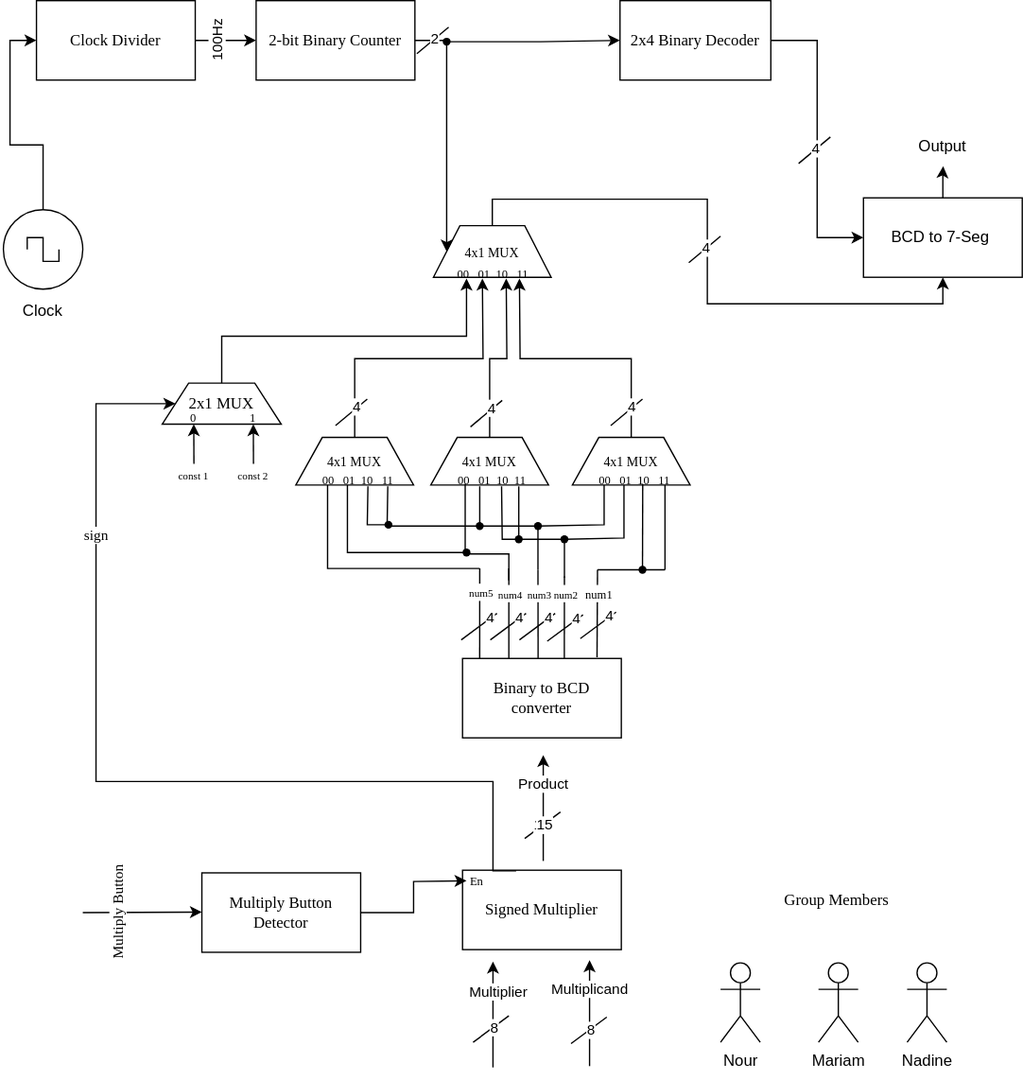
Before: signed-multiplier.drawio.svg, a diagram exported from draw.io (nkasaby/Signed-Multiplier). Source tidied: cells renumbered, new cells last; positions are measured from the earlier drawing's top-left corner, leaving out a move shared by most shapes.
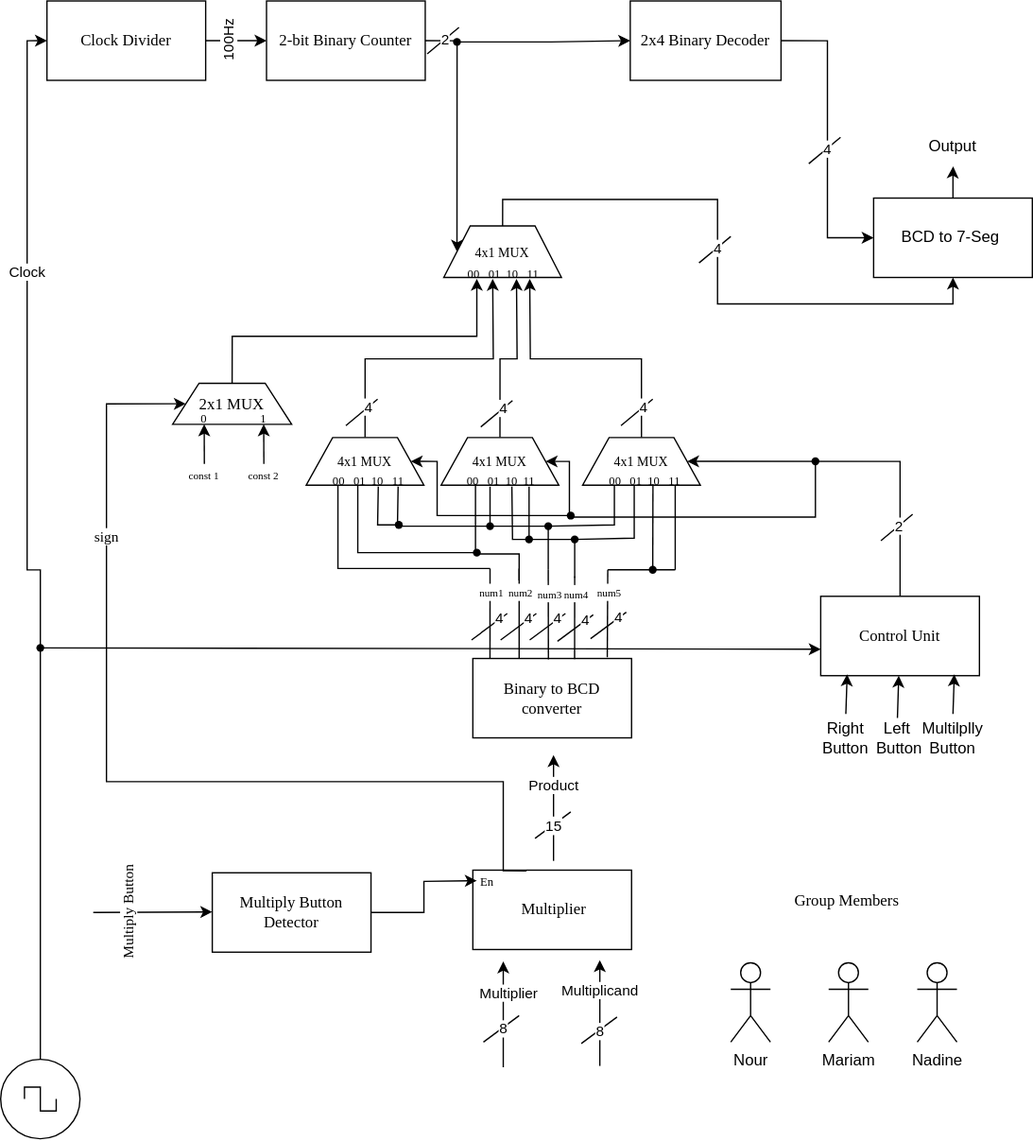
After the change.

The edit, as a diff of the source:
```diff
@@ -2,7 +2,7 @@
   <root>
     <mxCell id="0" />
     <mxCell id="1" parent="0" />
-    <mxCell id="2" value="&lt;font face=&quot;Times New Roman&quot;&gt;Signed Multiplier&lt;/font&gt;" style="rounded=0;whiteSpace=wrap;html=1;" parent="1" vertex="1">
+    <mxCell id="2" value="&lt;font face=&quot;Times New Roman&quot;&gt;&amp;nbsp;Multiplier&lt;/font&gt;" style="rounded=0;whiteSpace=wrap;html=1;" parent="1" vertex="1">
       <mxGeometry x="347" y="657" width="120" height="60" as="geometry" />
     </mxCell>
     <mxCell id="3" style="endArrow=classic;html=1;rounded=0;" parent="1" edge="1">
@@ -407,7 +407,7 @@
         <mxPoint x="360" y="429" as="targetPoint" />
       </mxGeometry>
     </mxCell>
-    <mxCell id="82" value="&lt;font style=&quot;font-size: 8px;&quot; face=&quot;Times New Roman&quot;&gt;num5&lt;/font&gt;" style="edgeLabel;html=1;align=center;verticalAlign=middle;" parent="81" vertex="1">
+    <mxCell id="82" value="&lt;font style=&quot;font-size: 8px;&quot; face=&quot;Times New Roman&quot;&gt;num1&lt;/font&gt;" style="edgeLabel;html=1;align=center;verticalAlign=middle;" parent="81" vertex="1">
       <mxGeometry x="0.48" relative="1" as="geometry" />
     </mxCell>
     <mxCell id="83" style="endArrow=none;html=1;rounded=0;exitX=0.108;exitY=-0.003;exitDx=0;exitDy=0;exitPerimeter=0;" parent="1" edge="1">
@@ -416,7 +416,7 @@
         <mxPoint x="382" y="429" as="targetPoint" />
       </mxGeometry>
     </mxCell>
-    <mxCell id="84" value="&lt;font style=&quot;font-size: 8px;&quot; face=&quot;Times New Roman&quot;&gt;num4&lt;/font&gt;" style="edgeLabel;html=1;align=center;verticalAlign=middle;" parent="83" vertex="1">
+    <mxCell id="84" value="&lt;font style=&quot;font-size: 8px;&quot; face=&quot;Times New Roman&quot;&gt;num2&lt;/font&gt;" style="edgeLabel;html=1;align=center;verticalAlign=middle;" parent="83" vertex="1">
       <mxGeometry x="0.48" relative="1" as="geometry" />
     </mxCell>
     <mxCell id="85" style="endArrow=none;html=1;rounded=0;exitX=0.476;exitY=0.01;exitDx=0;exitDy=0;exitPerimeter=0;" parent="1" edge="1" source="15">
@@ -425,14 +425,16 @@
       </mxGeometry>
     </mxCell>
     <mxCell id="86" value="&lt;font style=&quot;font-size: 8px;&quot; face=&quot;Times New Roman&quot;&gt;num3&lt;/font&gt;" style="edgeLabel;html=1;align=center;verticalAlign=middle;" parent="85" vertex="1">
-      <mxGeometry x="0.48" relative="1" as="geometry" />
+      <mxGeometry x="0.48" relative="1" as="geometry">
+        <mxPoint y="-1" as="offset" />
+      </mxGeometry>
     </mxCell>
     <mxCell id="87" style="endArrow=none;html=1;rounded=0;exitX=0.641;exitY=0.007;exitDx=0;exitDy=0;exitPerimeter=0;" parent="1" edge="1" source="15">
       <mxGeometry relative="1" as="geometry">
         <mxPoint x="424" y="435" as="targetPoint" />
       </mxGeometry>
     </mxCell>
-    <mxCell id="88" value="&lt;font style=&quot;font-size: 8px;&quot; face=&quot;Times New Roman&quot;&gt;num2&lt;/font&gt;" style="edgeLabel;html=1;align=center;verticalAlign=middle;" parent="87" vertex="1">
+    <mxCell id="88" value="&lt;font style=&quot;font-size: 8px;&quot; face=&quot;Times New Roman&quot;&gt;num4&lt;/font&gt;" style="edgeLabel;html=1;align=center;verticalAlign=middle;" parent="87" vertex="1">
       <mxGeometry x="0.48" relative="1" as="geometry">
         <mxPoint y="-4" as="offset" />
       </mxGeometry>
@@ -442,8 +444,10 @@
         <mxPoint x="449" y="430" as="targetPoint" />
       </mxGeometry>
     </mxCell>
-    <mxCell id="90" value="&lt;font style=&quot;font-size: 9px;&quot; face=&quot;Times New Roman&quot;&gt;num1&lt;/font&gt;" style="edgeLabel;html=1;align=center;verticalAlign=middle;" parent="89" vertex="1">
-      <mxGeometry x="0.48" relative="1" as="geometry" />
+    <mxCell id="90" value="&lt;font style=&quot;font-size: 8px;&quot; face=&quot;Times New Roman&quot;&gt;num5&lt;/font&gt;" style="edgeLabel;html=1;align=center;verticalAlign=middle;" parent="89" vertex="1">
+      <mxGeometry x="0.48" relative="1" as="geometry">
+        <mxPoint y="-1" as="offset" />
+      </mxGeometry>
     </mxCell>
     <mxCell id="91" style="edgeStyle=orthogonalEdgeStyle;rounded=0;jettySize=auto;html=1;" parent="1" edge="1" source="93" target="95">
       <mxGeometry relative="1" as="geometry" />
@@ -468,14 +472,22 @@
     <mxCell id="97" value="&lt;font face=&quot;Times New Roman&quot;&gt;2x4 Binary Decoder&lt;/font&gt;" style="rounded=0;whiteSpace=wrap;html=1;" parent="1" vertex="1">
       <mxGeometry x="466" width="114" height="60" as="geometry" />
     </mxCell>
+    <mxCell id="99" style="edgeStyle=orthogonalEdgeStyle;rounded=0;jettySize=auto;html=1;exitX=0.5;exitY=0;exitDx=0;exitDy=0;exitPerimeter=0;entryX=0;entryY=0.5;entryDx=0;entryDy=0;" parent="1" edge="1" source="100" target="93">
+      <mxGeometry relative="1" as="geometry">
+        <Array as="points">
+          <mxPoint x="20" y="430" />
+          <mxPoint x="10" y="430" />
+          <mxPoint x="10" y="30" />
+        </Array>
+      </mxGeometry>
+    </mxCell>
-    <mxCell id="98" value="Clock" style="text;html=1;strokeColor=none;fillColor=none;align=center;verticalAlign=middle;whiteSpace=wrap;rounded=0;" parent="1" vertex="1">
-      <mxGeometry y="220" width="60" height="30" as="geometry" />
+    <mxCell id="98" value="Clock" style="edgeLabel;html=1;align=center;verticalAlign=middle;" parent="99" vertex="1">
+      <mxGeometry x="0.52" y="5" relative="1" as="geometry">
+        <mxPoint x="4" y="-1" as="offset" />
+      </mxGeometry>
     </mxCell>
-    <mxCell id="99" style="edgeStyle=orthogonalEdgeStyle;rounded=0;jettySize=auto;html=1;exitX=0.5;exitY=0;exitDx=0;exitDy=0;exitPerimeter=0;entryX=0;entryY=0.5;entryDx=0;entryDy=0;" parent="1" edge="1" source="100" target="93">
-      <mxGeometry relative="1" as="geometry" />
-    </mxCell>
     <mxCell id="100" style="verticalLabelPosition=bottom;shadow=0;dashed=0;align=center;html=1;verticalAlign=top;shape=mxgraph.electrical.signal_sources.source;points=[[0.5,0,0],[1,0.5,0],[0.5,1,0],[0,0.5,0]];elSignalType=square;" parent="1" vertex="1">
-      <mxGeometry y="158" width="60" height="60" as="geometry" />
+      <mxGeometry x="-10" y="800" width="60" height="60" as="geometry" />
     </mxCell>
     <mxCell id="101" style="edgeStyle=orthogonalEdgeStyle;rounded=0;jettySize=auto;html=1;entryX=0;entryY=0.5;entryDx=0;entryDy=0;" parent="1" edge="1" source="102" target="97">
       <mxGeometry relative="1" as="geometry">
@@ -537,5 +549,86 @@
     <mxCell id="115" value="&lt;font style=&quot;font-size: 8px;&quot; face=&quot;Times New Roman&quot;&gt;const 2&lt;/font&gt;" style="text;html=1;strokeColor=none;fillColor=none;align=center;verticalAlign=middle;whiteSpace=wrap;rounded=0;" parent="1" vertex="1">
       <mxGeometry x="169" y="350" width="40" height="16" as="geometry" />
     </mxCell>
+    <mxCell id="116" style="edgeStyle=orthogonalEdgeStyle;rounded=0;jettySize=auto;html=1;exitX=0.5;exitY=0;exitDx=0;exitDy=0;entryX=1;entryY=0.5;entryDx=0;entryDy=0;" parent="1" edge="1" source="117" target="30">
+      <mxGeometry relative="1" as="geometry">
+        <Array as="points">
+          <mxPoint x="670" y="348" />
+        </Array>
+      </mxGeometry>
+    </mxCell>
+    <mxCell id="117" value="&lt;font face=&quot;Times New Roman&quot;&gt;Control Unit&lt;/font&gt;" style="rounded=0;whiteSpace=wrap;html=1;" parent="1" vertex="1">
+      <mxGeometry x="610" y="450" width="120" height="60" as="geometry" />
+    </mxCell>
+    <mxCell id="118" style="edgeStyle=orthogonalEdgeStyle;rounded=0;jettySize=auto;html=1;exitX=0.5;exitY=0;exitDx=0;exitDy=0;entryX=0.75;entryY=1;entryDx=0;entryDy=0;" parent="1" edge="1" source="119">
+      <mxGeometry relative="1" as="geometry">
+        <mxPoint x="669" y="510" as="targetPoint" />
+      </mxGeometry>
+    </mxCell>
+    <mxCell id="119" value="Left&lt;br&gt;&amp;nbsp;Button" style="text;html=1;strokeColor=none;fillColor=none;align=center;verticalAlign=middle;whiteSpace=wrap;rounded=0;" parent="1" vertex="1">
+      <mxGeometry x="638" y="542" width="60" height="30" as="geometry" />
+    </mxCell>
+    <mxCell id="120" style="edgeStyle=orthogonalEdgeStyle;rounded=0;orthogonalLoop=1;jettySize=auto;html=1;exitX=0.5;exitY=0;exitDx=0;exitDy=0;entryX=0.25;entryY=1;entryDx=0;entryDy=0;" parent="1" edge="1">
+      <mxGeometry relative="1" as="geometry">
+        <mxPoint x="629" y="539" as="sourcePoint" />
+        <mxPoint x="630" y="509" as="targetPoint" />
+      </mxGeometry>
+    </mxCell>
+    <mxCell id="121" value="Right Button" style="text;html=1;strokeColor=none;fillColor=none;align=center;verticalAlign=middle;whiteSpace=wrap;rounded=0;" parent="1" vertex="1">
+      <mxGeometry x="599" y="542" width="60" height="30" as="geometry" />
+    </mxCell>
+    <mxCell id="122" style="edgeStyle=orthogonalEdgeStyle;rounded=0;jettySize=auto;html=1;entryX=1;entryY=0.5;entryDx=0;entryDy=0;" parent="1" edge="1" source="123" target="40">
+      <mxGeometry relative="1" as="geometry">
+        <Array as="points">
+          <mxPoint x="606" y="390" />
+          <mxPoint x="420" y="390" />
+          <mxPoint x="420" y="348" />
+        </Array>
+      </mxGeometry>
+    </mxCell>
+    <mxCell id="123" style="shape=waypoint;sketch=0;fillStyle=solid;size=6;points=[];fillColor=none;perimeter=centerPerimeter;snapToPoint=1;" parent="1" vertex="1">
+      <mxGeometry x="596" y="338" width="20" height="20" as="geometry" />
+    </mxCell>
+    <mxCell id="124" style="edgeStyle=orthogonalEdgeStyle;rounded=0;jettySize=auto;html=1;entryX=1;entryY=0.5;entryDx=0;entryDy=0;" parent="1" edge="1" source="125" target="42">
+      <mxGeometry relative="1" as="geometry">
+        <Array as="points">
+          <mxPoint x="320" y="389" />
+          <mxPoint x="320" y="348" />
+        </Array>
+      </mxGeometry>
+    </mxCell>
+    <mxCell id="125" style="shape=waypoint;sketch=0;fillStyle=solid;size=6;points=[];fillColor=none;perimeter=centerPerimeter;snapToPoint=1;" parent="1" vertex="1">
+      <mxGeometry x="411" y="379" width="20" height="20" as="geometry" />
+    </mxCell>
+    <mxCell id="126" style="edgeStyle=orthogonalEdgeStyle;rounded=0;orthogonalLoop=1;jettySize=auto;html=1;exitX=0.5;exitY=0;exitDx=0;exitDy=0;entryX=0.25;entryY=1;entryDx=0;entryDy=0;" parent="1" edge="1">
+      <mxGeometry relative="1" as="geometry">
+        <mxPoint x="710" y="539" as="sourcePoint" />
+        <mxPoint x="711" y="509" as="targetPoint" />
+      </mxGeometry>
+    </mxCell>
+    <mxCell id="127" value="Multilplly Button" style="text;html=1;strokeColor=none;fillColor=none;align=center;verticalAlign=middle;whiteSpace=wrap;rounded=0;" parent="1" vertex="1">
+      <mxGeometry x="680" y="542" width="60" height="30" as="geometry" />
+    </mxCell>
+    <mxCell id="128" style="edgeStyle=orthogonalEdgeStyle;rounded=0;jettySize=auto;html=1;" parent="1" edge="1" source="129">
+      <mxGeometry relative="1" as="geometry">
+        <mxPoint x="610" y="490" as="targetPoint" />
+        <Array as="points">
+          <mxPoint x="20" y="490" />
+        </Array>
+      </mxGeometry>
+    </mxCell>
+    <mxCell id="129" style="shape=waypoint;sketch=0;fillStyle=solid;size=6;points=[];fillColor=none;perimeter=centerPerimeter;snapToPoint=1;" parent="1" vertex="1">
+      <mxGeometry x="10" y="479" width="20" height="20" as="geometry" />
+    </mxCell>
+    <mxCell id="130" style="endArrow=none;html=1;rounded=0;" parent="1" edge="1">
+      <mxGeometry relative="1" as="geometry">
+        <mxPoint x="655.5" y="408" as="sourcePoint" />
+        <mxPoint x="679.5" y="388" as="targetPoint" />
+      </mxGeometry>
+    </mxCell>
+    <mxCell id="131" value="2" style="edgeLabel;html=1;align=center;verticalAlign=middle;" parent="130" vertex="1">
+      <mxGeometry x="0.39" y="1" relative="1" as="geometry">
+        <mxPoint x="-3" y="3" as="offset" />
+      </mxGeometry>
+    </mxCell>
   </root>
 </mxGraphModel>
```
